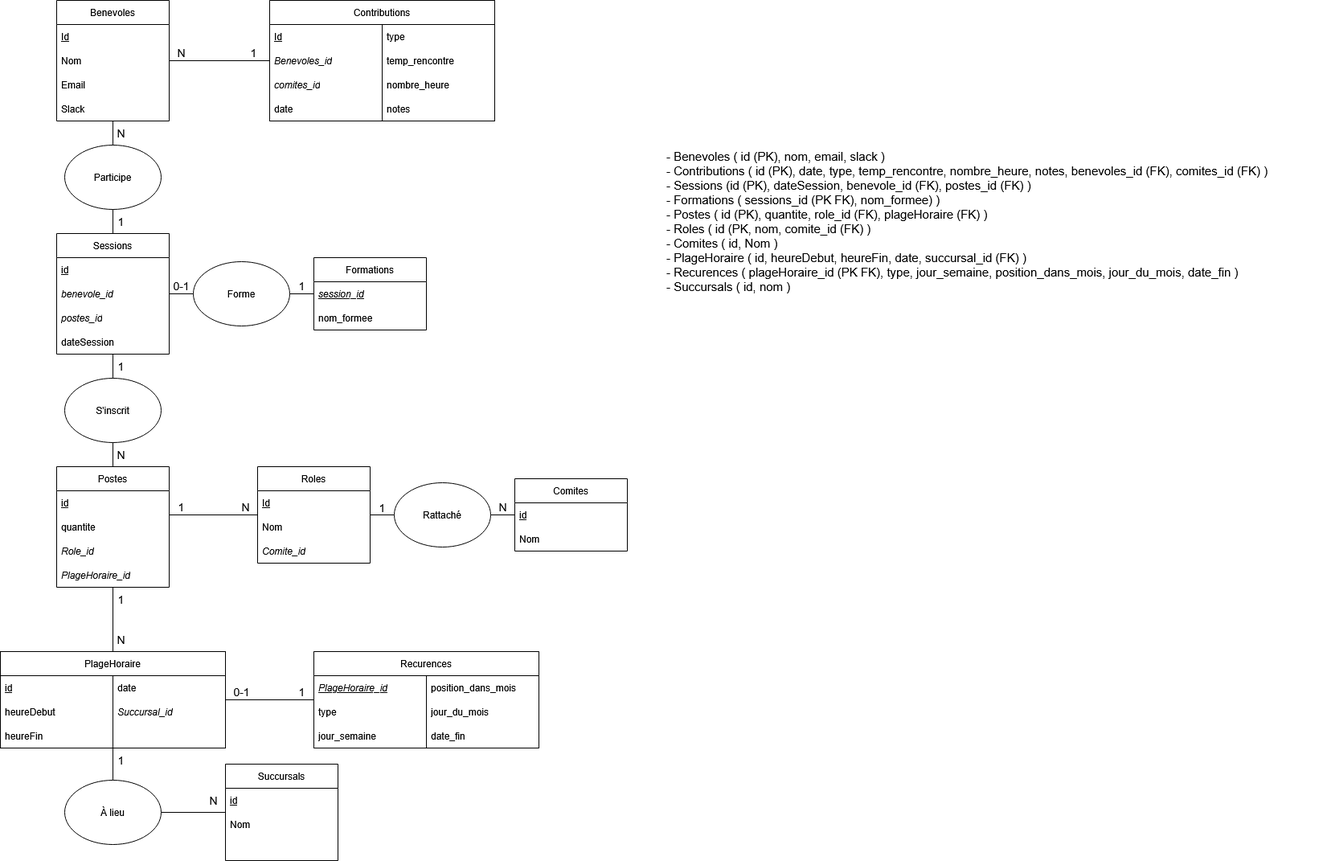
The draw.io diagram database/DiagrammeDB.png in francistalbot/SchedulingPortal, before a commit. Source tidied: cells renumbered, new cells last; positions are measured from the earlier drawing's top-left corner, leaving out a move shared by most shapes.
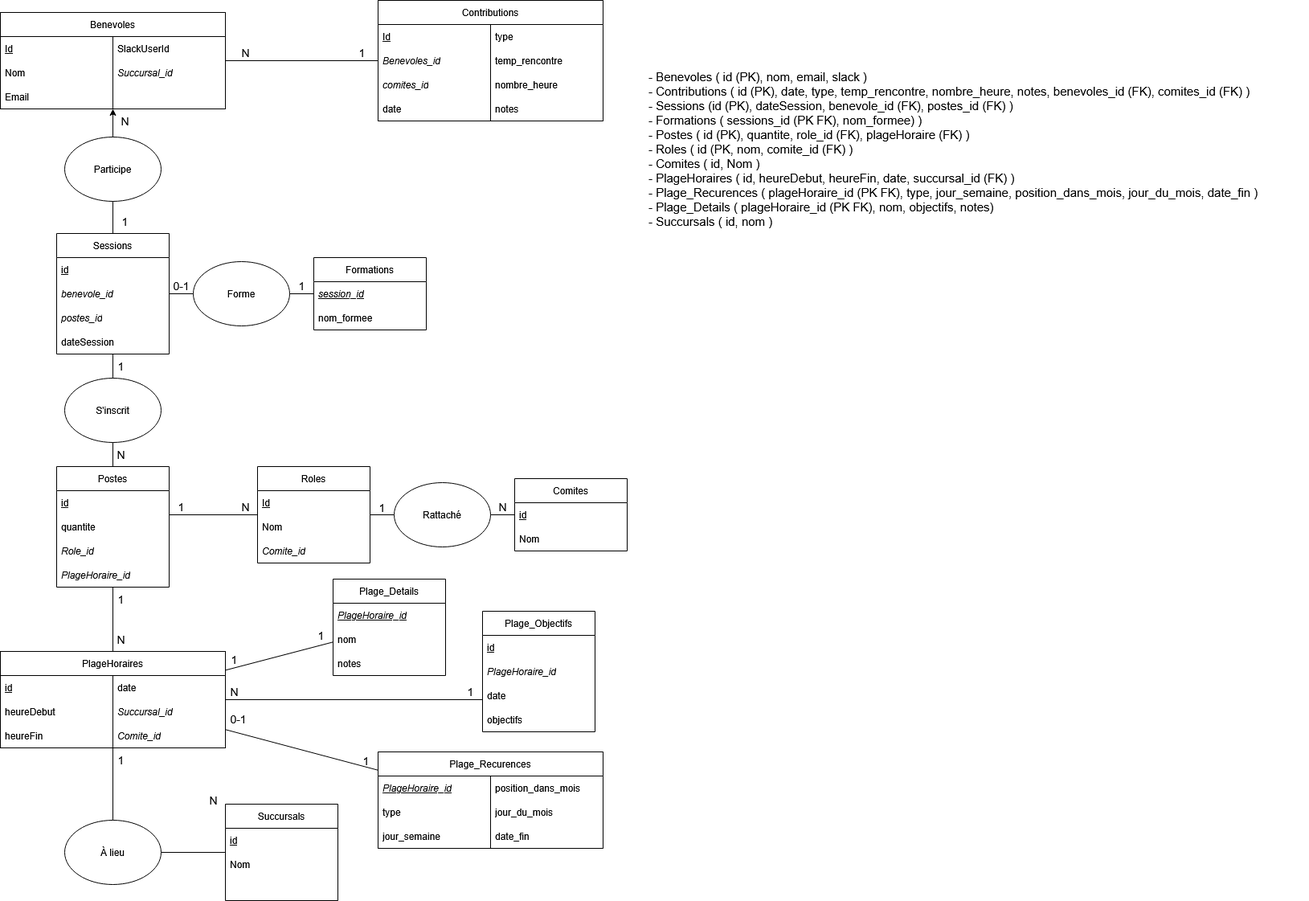
After the change.

Change to the diagram source:
```diff
@@ -25,6 +25,17 @@
     </mxCell>
-    <mxCell id="9" value="&lt;div&gt;&lt;br&gt;&lt;/div&gt;" style="text;strokeColor=none;fillColor=none;align=left;verticalAlign=middle;spacingLeft=4;spacingRight=4;overflow=hidden;whiteSpace=wrap;html=1;" parent="6" vertex="1">
+    <mxCell id="9" value="&lt;i&gt;Comite_id&lt;/i&gt;" style="text;strokeColor=none;fillColor=none;align=left;verticalAlign=middle;spacingLeft=4;spacingRight=4;overflow=hidden;whiteSpace=wrap;html=1;" parent="6" vertex="1">
       <mxGeometry y="90" width="140" height="30" as="geometry" />
     </mxCell>
+    <mxCell id="104" style="rounded=0;jettySize=auto;html=1;endArrow=none;startFill=0;" parent="1" edge="1" source="10" target="107">
+      <mxGeometry relative="1" as="geometry" />
+    </mxCell>
+    <mxCell id="105" style="edgeStyle=orthogonalEdgeStyle;rounded=0;jettySize=auto;html=1;endArrow=none;startFill=0;" parent="1" edge="1" source="10" target="113">
+      <mxGeometry relative="1" as="geometry">
+        <Array as="points">
+          <mxPoint x="520" y="870" />
+          <mxPoint x="520" y="870" />
+        </Array>
+      </mxGeometry>
+    </mxCell>
-    <mxCell id="10" value="PlageHoraire" style="shape=table;startSize=30;" parent="1" vertex="1">
+    <mxCell id="10" value="PlageHoraires" style="shape=table;startSize=30;" parent="1" vertex="1">
       <mxGeometry y="810" width="280" height="120" as="geometry" />
@@ -41,3 +52,3 @@
     <mxCell id="14" style="swimlane;fontStyle=0;horizontal=1;startSize=30;whiteSpace=wrap;html=1;" parent="1" vertex="1">
-      <mxGeometry x="530" y="810" width="140" height="120" as="geometry" />
+      <mxGeometry x="610" y="935" width="140" height="120" as="geometry" />
     </mxCell>
@@ -53,3 +64,3 @@
     <mxCell id="18" style="swimlane;fontStyle=0;horizontal=1;startSize=30;whiteSpace=wrap;html=1;strokeColor=default;rounded=0;shadow=0;swimlaneLine=1;glass=0;labelBorderColor=none;fillColor=default;" parent="1" vertex="1">
-      <mxGeometry x="390" y="810" width="140" height="120" as="geometry" />
+      <mxGeometry x="470" y="935" width="140" height="120" as="geometry" />
     </mxCell>
@@ -64,4 +75,4 @@
     </mxCell>
-    <mxCell id="22" value="Recurences" style="shape=table;startSize=30;" parent="1" vertex="1">
-      <mxGeometry x="390" y="810" width="280" height="120" as="geometry" />
+    <mxCell id="22" value="Plage_Recurences" style="shape=table;startSize=30;" parent="1" vertex="1">
+      <mxGeometry x="470" y="935" width="280" height="120" as="geometry" />
     </mxCell>
@@ -77,3 +88,3 @@
     <mxCell id="26" value="Contributions" style="swimlane;fontStyle=0;horizontal=1;startSize=30;whiteSpace=wrap;html=1;" parent="1" vertex="1">
-      <mxGeometry x="475" width="140" height="150" as="geometry" />
+      <mxGeometry x="610" width="140" height="150" as="geometry" />
     </mxCell>
@@ -92,3 +103,3 @@
     <mxCell id="31" value="Contributions" style="swimlane;fontStyle=0;horizontal=1;startSize=30;whiteSpace=wrap;html=1;" parent="1" vertex="1">
-      <mxGeometry x="335" width="140" height="150" as="geometry" />
+      <mxGeometry x="470" width="140" height="150" as="geometry" />
     </mxCell>
@@ -107,3 +118,3 @@
     <mxCell id="36" value="Contributions" style="shape=table;startSize=30;" parent="1" vertex="1">
-      <mxGeometry x="335" width="280" height="150" as="geometry" />
+      <mxGeometry x="470" width="280" height="150" as="geometry" />
     </mxCell>
@@ -121,3 +132,3 @@
     </mxCell>
-    <mxCell id="41" style="edgeStyle=orthogonalEdgeStyle;rounded=0;jettySize=auto;html=1;endArrow=none;startFill=0;" parent="1" edge="1" source="10" target="22">
+    <mxCell id="41" style="rounded=0;jettySize=auto;html=1;endArrow=none;startFill=0;" parent="1" edge="1" source="10" target="22">
       <mxGeometry relative="1" as="geometry" />
@@ -136,7 +147,4 @@
     </mxCell>
-    <mxCell id="46" style="edgeStyle=orthogonalEdgeStyle;rounded=0;jettySize=auto;html=1;endArrow=none;startFill=0;" parent="1" edge="1" source="47" target="53">
-      <mxGeometry relative="1" as="geometry" />
-    </mxCell>
     <mxCell id="47" value="Benevoles" style="swimlane;fontStyle=0;horizontal=1;startSize=30;whiteSpace=wrap;html=1;" parent="1" vertex="1">
-      <mxGeometry x="70" width="140" height="150" as="geometry" />
+      <mxGeometry y="15" width="140" height="120" as="geometry" />
     </mxCell>
@@ -151,5 +159,2 @@
     </mxCell>
-    <mxCell id="51" value="Slack" style="text;strokeColor=none;fillColor=none;align=left;verticalAlign=middle;spacingLeft=4;spacingRight=4;overflow=hidden;whiteSpace=wrap;html=1;" parent="47" vertex="1">
-      <mxGeometry y="120" width="140" height="30" as="geometry" />
-    </mxCell>
     <mxCell id="52" style="edgeStyle=orthogonalEdgeStyle;rounded=0;jettySize=auto;html=1;endArrow=none;startFill=0;" parent="1" edge="1" source="53" target="71">
@@ -157,2 +162,5 @@
     </mxCell>
+    <mxCell id="106" style="edgeStyle=orthogonalEdgeStyle;rounded=0;jettySize=auto;html=1;" parent="1" edge="1" source="53" target="124">
+      <mxGeometry relative="1" as="geometry" />
+    </mxCell>
     <mxCell id="53" value="Sessions" style="swimlane;fontStyle=0;horizontal=1;startSize=30;whiteSpace=wrap;html=1;" parent="1" vertex="1">
@@ -173,3 +181,3 @@
     <mxCell id="58" value="Participe" style="ellipse;whiteSpace=wrap;html=1;" parent="1" vertex="1">
-      <mxGeometry x="80" y="180" width="120" height="80" as="geometry" />
+      <mxGeometry x="80" y="170" width="120" height="80" as="geometry" />
     </mxCell>
@@ -179,6 +187,6 @@
     <mxCell id="60" value="1" style="text;html=1;align=center;verticalAlign=middle;strokeColor=none;fillColor=none;fontSize=14;" parent="1" vertex="1">
-      <mxGeometry x="135" y="260" width="30" height="30" as="geometry" />
+      <mxGeometry x="140" y="260" width="30" height="30" as="geometry" />
     </mxCell>
     <mxCell id="61" value="&lt;div&gt;N&lt;/div&gt;" style="text;html=1;align=center;verticalAlign=middle;strokeColor=none;fillColor=none;fontSize=14;" parent="1" vertex="1">
-      <mxGeometry x="135" y="150" width="30" height="30" as="geometry" />
+      <mxGeometry x="140" y="135" width="30" height="30" as="geometry" />
     </mxCell>
@@ -200,3 +208,3 @@
     <mxCell id="67" value="Succursals" style="swimlane;fontStyle=0;horizontal=1;startSize=30;whiteSpace=wrap;html=1;" parent="1" vertex="1">
-      <mxGeometry x="280" y="950" width="140" height="120" as="geometry" />
+      <mxGeometry x="280" y="1000" width="140" height="120" as="geometry" />
     </mxCell>
@@ -257,3 +265,3 @@
     <mxCell id="86" value="À lieu" style="ellipse;whiteSpace=wrap;html=1;" parent="1" vertex="1">
-      <mxGeometry x="80" y="970" width="120" height="80" as="geometry" />
+      <mxGeometry x="80" y="1020" width="120" height="80" as="geometry" />
     </mxCell>
@@ -290,12 +298,12 @@
     <mxCell id="96" value="1" style="text;html=1;align=center;verticalAlign=middle;strokeColor=none;fillColor=none;fontSize=14;" parent="1" vertex="1">
-      <mxGeometry x="360" y="845" width="30" height="30" as="geometry" />
+      <mxGeometry x="440" y="931" width="30" height="30" as="geometry" />
     </mxCell>
     <mxCell id="97" value="0-1" style="text;html=1;align=center;verticalAlign=middle;strokeColor=none;fillColor=none;fontSize=14;" parent="1" vertex="1">
-      <mxGeometry x="280" y="845" width="40" height="30" as="geometry" />
+      <mxGeometry x="276" y="879" width="40" height="30" as="geometry" />
     </mxCell>
     <mxCell id="98" value="1" style="text;html=1;align=center;verticalAlign=middle;strokeColor=none;fillColor=none;fontSize=14;" parent="1" vertex="1">
-      <mxGeometry x="300" y="50" width="30" height="30" as="geometry" />
+      <mxGeometry x="435" y="50" width="30" height="30" as="geometry" />
     </mxCell>
     <mxCell id="99" value="&lt;div&gt;N&lt;/div&gt;" style="text;html=1;align=center;verticalAlign=middle;strokeColor=none;fillColor=none;fontSize=14;" parent="1" vertex="1">
-      <mxGeometry x="210" y="50" width="30" height="30" as="geometry" />
+      <mxGeometry x="290" y="50" width="30" height="30" as="geometry" />
     </mxCell>
@@ -311,8 +319,71 @@
     </mxCell>
-    <mxCell id="102" style="edgeStyle=orthogonalEdgeStyle;rounded=0;jettySize=auto;html=1;exitX=1;exitY=0.5;exitDx=0;exitDy=0;endArrow=none;startFill=0;" parent="1" edge="1" source="49" target="36">
-      <mxGeometry relative="1" as="geometry" />
-    </mxCell>
-    <mxCell id="103" value="&lt;div&gt;&lt;font style=&quot;font-size: 15px;&quot;&gt;- Benevoles ( id (PK), nom, email, slack )&lt;/font&gt;&lt;font style=&quot;font-size: 15px;&quot;&gt;&lt;b&gt;&lt;br&gt;&lt;/b&gt;&lt;/font&gt;&lt;/div&gt;&lt;div&gt;&lt;font style=&quot;font-size: 15px;&quot;&gt;- Contributions ( id (PK), date, type, temp_rencontre, nombre_heure, notes, benevoles_id (FK), comites_id (FK) )&lt;/font&gt;&lt;/div&gt;&lt;div&gt;&lt;font style=&quot;font-size: 15px;&quot;&gt;- Sessions (id (PK), dateSession, benevole_id (FK), postes_id (FK) )&lt;/font&gt;&lt;/div&gt;&lt;div&gt;&lt;font style=&quot;font-size: 15px;&quot;&gt;- Formations ( sessions_id (PK FK), nom_formee) )&lt;/font&gt;&lt;/div&gt;&lt;div&gt;&lt;font style=&quot;font-size: 15px;&quot;&gt;- Postes ( id (PK), quantite, role_id (FK), plageHoraire (FK) )&lt;/font&gt;&lt;/div&gt;&lt;div&gt;&lt;font style=&quot;font-size: 15px;&quot;&gt;- Roles ( id (PK, nom, comite_id (FK) )&lt;/font&gt;&lt;/div&gt;&lt;div&gt;&lt;font style=&quot;font-size: 15px;&quot;&gt;- Comites ( id, Nom )&lt;/font&gt;&lt;/div&gt;&lt;div&gt;&lt;font style=&quot;font-size: 15px;&quot;&gt;- PlageHoraire ( id, heureDebut, heureFin, date, succursal_id (FK) )&lt;/font&gt;&lt;/div&gt;&lt;div&gt;&lt;font style=&quot;font-size: 15px;&quot;&gt;- Recurences ( plageHoraire_id (PK FK), type, jour_semaine, position_dans_mois, jour_du_mois, date_fin )&lt;/font&gt;&lt;/div&gt;&lt;div&gt;&lt;font style=&quot;font-size: 15px;&quot;&gt;- Succursals ( id, nom )&lt;/font&gt;&lt;/div&gt;" style="text;html=1;align=left;verticalAlign=middle;whiteSpace=wrap;rounded=0;" parent="1" vertex="1">
-      <mxGeometry x="827" y="50" width="823" height="450" as="geometry" />
+    <mxCell id="103" value="&lt;div&gt;&lt;font style=&quot;font-size: 15px;&quot;&gt;- Benevoles ( id (PK), nom, email, slack )&lt;/font&gt;&lt;font style=&quot;font-size: 15px;&quot;&gt;&lt;b&gt;&lt;br&gt;&lt;/b&gt;&lt;/font&gt;&lt;/div&gt;&lt;div&gt;&lt;font style=&quot;font-size: 15px;&quot;&gt;- Contributions ( id (PK), date, type, temp_rencontre, nombre_heure, notes, benevoles_id (FK), comites_id (FK) )&lt;/font&gt;&lt;/div&gt;&lt;div&gt;&lt;font style=&quot;font-size: 15px;&quot;&gt;- Sessions (id (PK), dateSession, benevole_id (FK), postes_id (FK) )&lt;/font&gt;&lt;/div&gt;&lt;div&gt;&lt;font style=&quot;font-size: 15px;&quot;&gt;- Formations ( sessions_id (PK FK), nom_formee) )&lt;/font&gt;&lt;/div&gt;&lt;div&gt;&lt;font style=&quot;font-size: 15px;&quot;&gt;- Postes ( id (PK), quantite, role_id (FK), plageHoraire (FK) )&lt;/font&gt;&lt;/div&gt;&lt;div&gt;&lt;font style=&quot;font-size: 15px;&quot;&gt;- Roles ( id (PK, nom, comite_id (FK) )&lt;/font&gt;&lt;/div&gt;&lt;div&gt;&lt;font style=&quot;font-size: 15px;&quot;&gt;- Comites ( id, Nom )&lt;/font&gt;&lt;/div&gt;&lt;div&gt;&lt;font style=&quot;font-size: 15px;&quot;&gt;- PlageHoraires ( id, heureDebut, heureFin, date, succursal_id (FK) )&lt;/font&gt;&lt;/div&gt;&lt;div&gt;&lt;font style=&quot;font-size: 15px;&quot;&gt;- Plage_Recurences ( plageHoraire_id (PK FK), type, jour_semaine, position_dans_mois, jour_du_mois, date_fin )&lt;/font&gt;&lt;/div&gt;&lt;div&gt;&lt;div&gt;&lt;font style=&quot;font-size: 15px;&quot;&gt;- Plage_Details ( plageHoraire_id (PK FK), nom, objectifs, notes)&lt;/font&gt;&lt;/div&gt;&lt;/div&gt;&lt;div&gt;&lt;font style=&quot;font-size: 15px;&quot;&gt;- Succursals ( id, nom )&lt;/font&gt;&lt;/div&gt;" style="text;html=1;align=left;verticalAlign=middle;whiteSpace=wrap;rounded=0;fillColor=default;" parent="1" vertex="1">
+      <mxGeometry x="805" y="45" width="823" height="280" as="geometry" />
     </mxCell>
+    <mxCell id="107" value="Plage_Details" style="swimlane;fontStyle=0;horizontal=1;startSize=30;whiteSpace=wrap;html=1;strokeColor=default;rounded=0;shadow=0;swimlaneLine=1;glass=0;labelBorderColor=none;fillColor=default;" parent="1" vertex="1">
+      <mxGeometry x="414" y="720" width="140" height="120" as="geometry" />
+    </mxCell>
+    <mxCell id="108" value="&lt;i&gt;PlageHoraire_id&lt;/i&gt;" style="text;strokeColor=none;fillColor=none;align=left;verticalAlign=middle;spacingLeft=4;spacingRight=4;overflow=hidden;whiteSpace=wrap;html=1;fontStyle=4;" parent="107" vertex="1">
+      <mxGeometry y="30" width="140" height="30" as="geometry" />
+    </mxCell>
+    <mxCell id="109" value="nom" style="text;strokeColor=none;fillColor=none;align=left;verticalAlign=middle;spacingLeft=4;spacingRight=4;overflow=hidden;whiteSpace=wrap;html=1;" parent="107" vertex="1">
+      <mxGeometry y="60" width="140" height="30" as="geometry" />
+    </mxCell>
+    <mxCell id="110" value="notes" style="text;strokeColor=none;fillColor=none;align=left;verticalAlign=middle;spacingLeft=4;spacingRight=4;overflow=hidden;whiteSpace=wrap;html=1;" parent="107" vertex="1">
+      <mxGeometry y="90" width="140" height="30" as="geometry" />
+    </mxCell>
+    <mxCell id="111" value="N" style="text;html=1;align=center;verticalAlign=middle;strokeColor=none;fillColor=none;fontSize=14;" parent="1" vertex="1">
+      <mxGeometry x="276" y="845" width="30" height="30" as="geometry" />
+    </mxCell>
+    <mxCell id="112" value="1" style="text;html=1;align=center;verticalAlign=middle;strokeColor=none;fillColor=none;fontSize=14;" parent="1" vertex="1">
+      <mxGeometry x="384" y="775" width="30" height="30" as="geometry" />
+    </mxCell>
+    <mxCell id="113" value="Plage_Objectifs" style="swimlane;fontStyle=0;horizontal=1;startSize=30;whiteSpace=wrap;html=1;strokeColor=default;rounded=0;shadow=0;swimlaneLine=1;glass=0;labelBorderColor=none;fillColor=default;" parent="1" vertex="1">
+      <mxGeometry x="600" y="760" width="140" height="150" as="geometry" />
+    </mxCell>
+    <mxCell id="114" value="&lt;u&gt;id&lt;/u&gt;" style="text;strokeColor=none;fillColor=none;align=left;verticalAlign=middle;spacingLeft=4;spacingRight=4;overflow=hidden;whiteSpace=wrap;html=1;" parent="113" vertex="1">
+      <mxGeometry y="30" width="140" height="30" as="geometry" />
+    </mxCell>
+    <mxCell id="115" value="&lt;i&gt;&lt;span&gt;PlageHoraire_id&lt;/span&gt;&lt;/i&gt;" style="text;strokeColor=none;fillColor=none;align=left;verticalAlign=middle;spacingLeft=4;spacingRight=4;overflow=hidden;whiteSpace=wrap;html=1;fontStyle=0;" parent="113" vertex="1">
+      <mxGeometry y="60" width="140" height="30" as="geometry" />
+    </mxCell>
+    <mxCell id="116" value="date" style="text;strokeColor=none;fillColor=none;align=left;verticalAlign=middle;spacingLeft=4;spacingRight=4;overflow=hidden;whiteSpace=wrap;html=1;" parent="113" vertex="1">
+      <mxGeometry y="90" width="140" height="30" as="geometry" />
+    </mxCell>
+    <mxCell id="117" value="objectifs" style="text;strokeColor=none;fillColor=none;align=left;verticalAlign=middle;spacingLeft=4;spacingRight=4;overflow=hidden;whiteSpace=wrap;html=1;" parent="113" vertex="1">
+      <mxGeometry y="120" width="140" height="30" as="geometry" />
+    </mxCell>
+    <mxCell id="118" value="1" style="text;html=1;align=center;verticalAlign=middle;strokeColor=none;fillColor=none;fontSize=14;" parent="1" vertex="1">
+      <mxGeometry x="276" y="805" width="30" height="30" as="geometry" />
+    </mxCell>
+    <mxCell id="119" value="1" style="text;html=1;align=center;verticalAlign=middle;strokeColor=none;fillColor=none;fontSize=14;" parent="1" vertex="1">
+      <mxGeometry x="570" y="845" width="30" height="30" as="geometry" />
+    </mxCell>
+    <mxCell id="120" value="Benevoles" style="swimlane;fontStyle=0;horizontal=1;startSize=30;whiteSpace=wrap;html=1;" parent="1" vertex="1">
+      <mxGeometry x="140" y="15" width="140" height="120" as="geometry" />
+    </mxCell>
+    <mxCell id="121" value="SlackUserId" style="text;strokeColor=none;fillColor=none;align=left;verticalAlign=middle;spacingLeft=4;spacingRight=4;overflow=hidden;whiteSpace=wrap;html=1;" parent="120" vertex="1">
+      <mxGeometry y="30" width="140" height="30" as="geometry" />
+    </mxCell>
+    <mxCell id="122" value="&lt;i&gt;Succursal_id&lt;/i&gt;" style="text;strokeColor=none;fillColor=none;align=left;verticalAlign=middle;spacingLeft=4;spacingRight=4;overflow=hidden;whiteSpace=wrap;html=1;" parent="120" vertex="1">
+      <mxGeometry y="60" width="140" height="30" as="geometry" />
+    </mxCell>
+    <mxCell id="51" value="&amp;nbsp;" style="text;strokeColor=none;fillColor=none;align=left;verticalAlign=middle;spacingLeft=4;spacingRight=4;overflow=hidden;whiteSpace=wrap;html=1;" parent="120" vertex="1">
+      <mxGeometry y="90" width="140" height="30" as="geometry" />
+    </mxCell>
+    <mxCell id="123" style="edgeStyle=orthogonalEdgeStyle;rounded=0;jettySize=auto;html=1;endArrow=none;startFill=0;" parent="1" edge="1" source="124" target="36">
+      <mxGeometry relative="1" as="geometry" />
+    </mxCell>
+    <mxCell id="124" value="Benevoles" style="shape=table;startSize=30;" parent="1" vertex="1">
+      <mxGeometry y="15" width="280" height="120" as="geometry" />
+    </mxCell>
+    <mxCell id="125" style="shape=tableRow;horizontal=0;startSize=0;swimlaneHead=0;swimlaneBody=0;strokeColor=inherit;top=0;left=0;bottom=0;right=0;fillColor=none;" parent="124" vertex="1">
+      <mxGeometry y="30" width="280" height="90" as="geometry" />
+    </mxCell>
+    <mxCell id="126" style="shape=partialRectangle;html=1;whiteSpace=wrap;strokeColor=inherit;overflow=hidden;fillColor=none;top=0;left=0;bottom=0;right=0;" parent="125" vertex="1">
+      <mxGeometry width="140" height="90" as="geometry" />
+    </mxCell>
+    <mxCell id="127" value="&lt;div&gt;&lt;br&gt;&lt;/div&gt;" style="shape=partialRectangle;html=1;whiteSpace=wrap;strokeColor=inherit;overflow=hidden;fillColor=none;top=0;left=0;bottom=0;right=0;" parent="125" vertex="1">
+      <mxGeometry x="140" width="140" height="90" as="geometry" />
+    </mxCell>
   </root>
```
